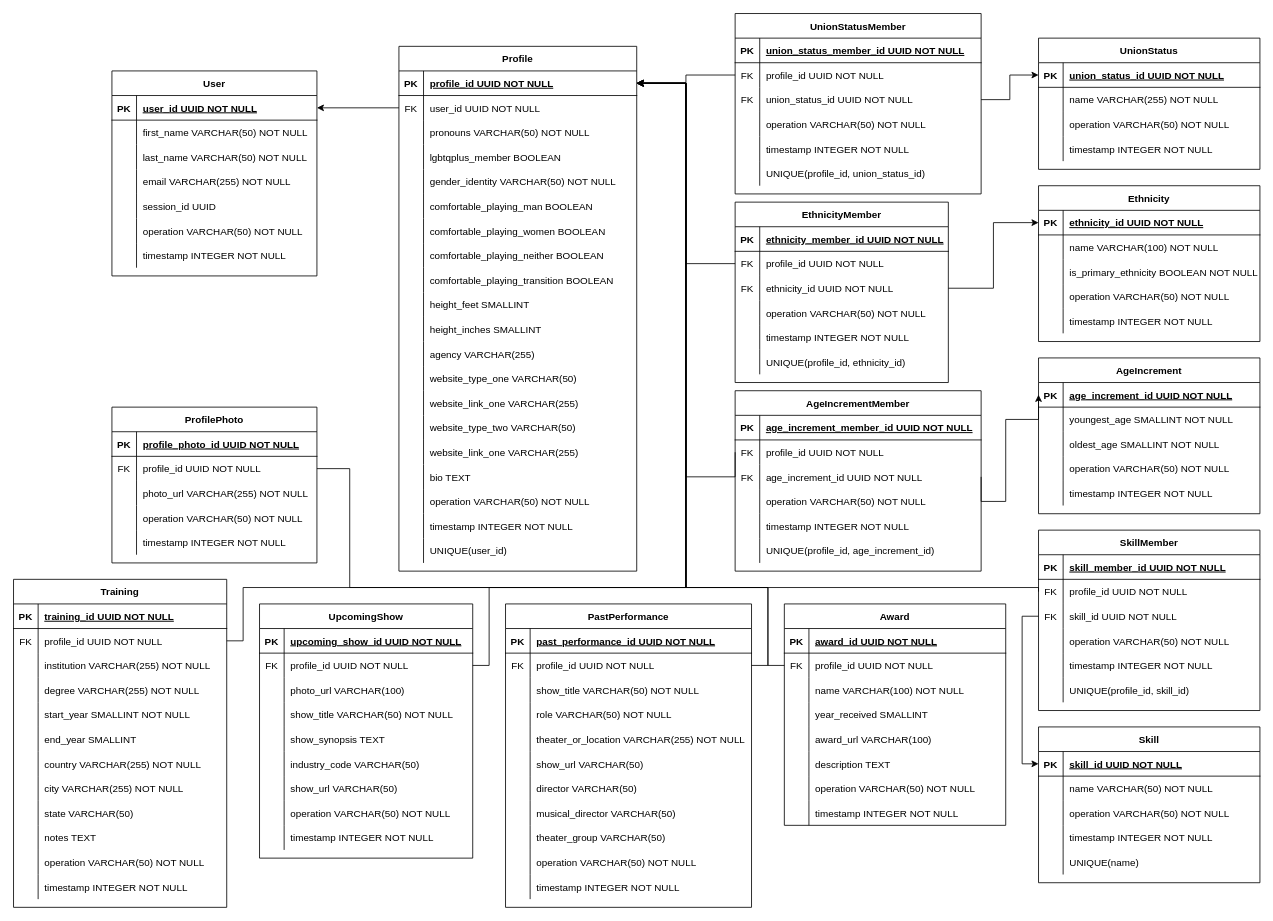
Above: docs/db_designs/cag-backend-api-v1.drawio in Chicago-Artist-Guide/cag-backend-api (draw.io), before the change. Source tidied: cells renumbered, new cells numbered last; positions are measured from the earlier drawing's top-left corner, leaving out a move shared by most shapes. Both pictures are drawn from the tidied source at 82%, with x=0, y=0 at pixel (13, 13).
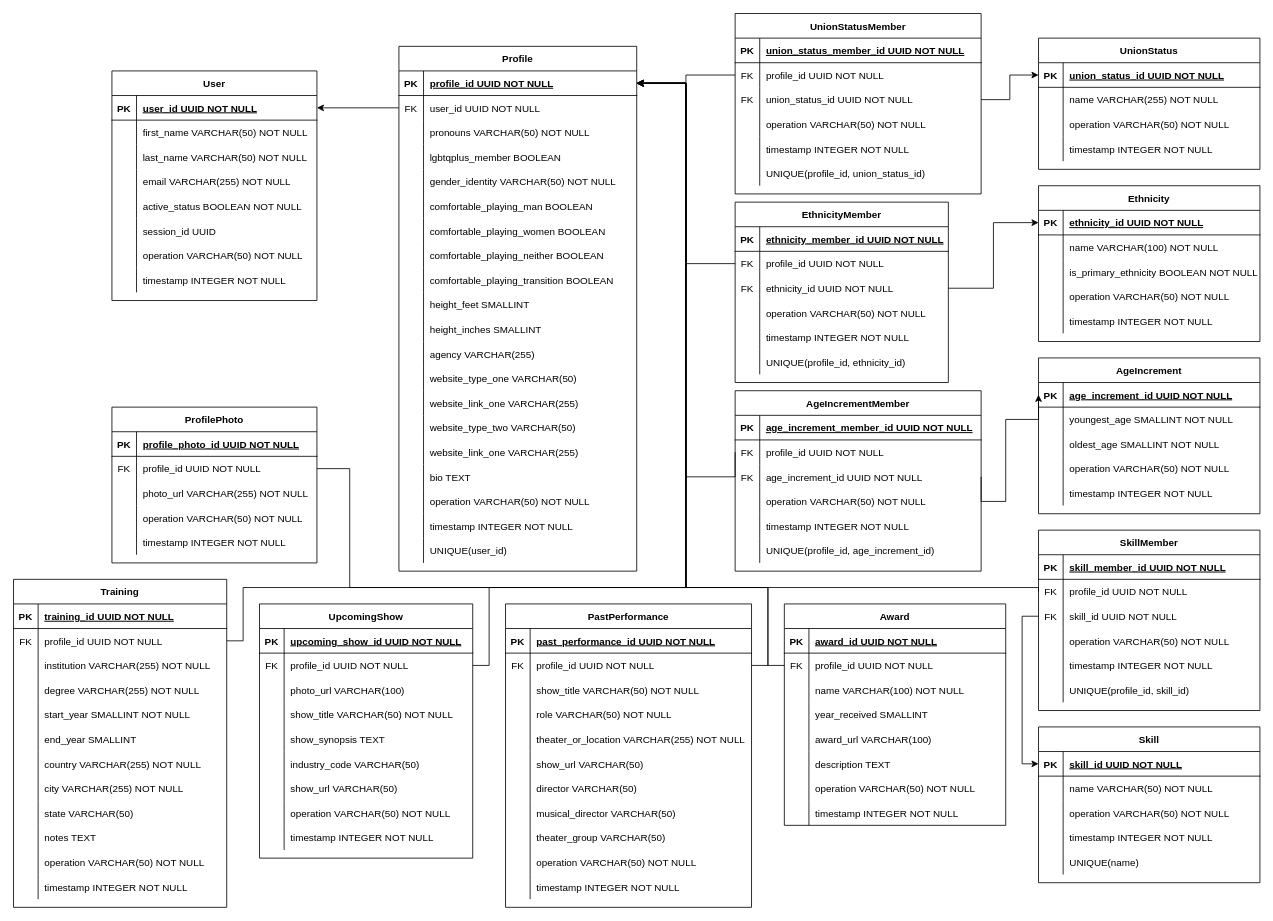
After the change.

Diff of the diagram source:
```diff
@@
     <mxCell id="2" value="User" style="shape=table;startSize=30;childLayout=tableLayout;rowLines=0;fontStyle=1;align=center;" parent="1" vertex="1">
-      <mxGeometry x="120" y="70" width="250" height="250" as="geometry" />
+      <mxGeometry x="120" y="70" width="250" height="280" as="geometry" />
     </mxCell>
@@
+    <mxCell id="379" style="shape=partialRectangle;fillColor=none;top=0;left=0;right=0;bottom=0;" parent="2" vertex="1">
+      <mxGeometry y="150" width="250" height="30" as="geometry" />
+    </mxCell>
+    <mxCell id="380" style="shape=partialRectangle;overflow=hidden;fillColor=none;top=0;left=0;bottom=0;right=0;" parent="379" vertex="1">
+      <mxGeometry width="30" height="30" as="geometry" />
+    </mxCell>
+    <mxCell id="381" value="active_status BOOLEAN NOT NULL" style="shape=partialRectangle;overflow=hidden;fillColor=none;top=0;left=0;bottom=0;right=0;align=left;spacingLeft=6;" parent="379" vertex="1">
+      <mxGeometry x="30" width="220" height="30" as="geometry" />
+    </mxCell>
     <mxCell id="15" style="shape=partialRectangle;fillColor=none;top=0;left=0;right=0;bottom=0;" parent="2" vertex="1">
-      <mxGeometry y="150" width="250" height="30" as="geometry" />
+      <mxGeometry y="180" width="250" height="30" as="geometry" />
     </mxCell>
@@
     <mxCell id="18" style="shape=partialRectangle;fillColor=none;top=0;left=0;right=0;bottom=0;" parent="2" vertex="1">
-      <mxGeometry y="180" width="250" height="30" as="geometry" />
+      <mxGeometry y="210" width="250" height="30" as="geometry" />
     </mxCell>
@@
     <mxCell id="21" style="shape=partialRectangle;fillColor=none;top=0;left=0;right=0;bottom=0;" parent="2" vertex="1">
-      <mxGeometry y="210" width="250" height="30" as="geometry" />
+      <mxGeometry y="240" width="250" height="30" as="geometry" />
     </mxCell>
```
